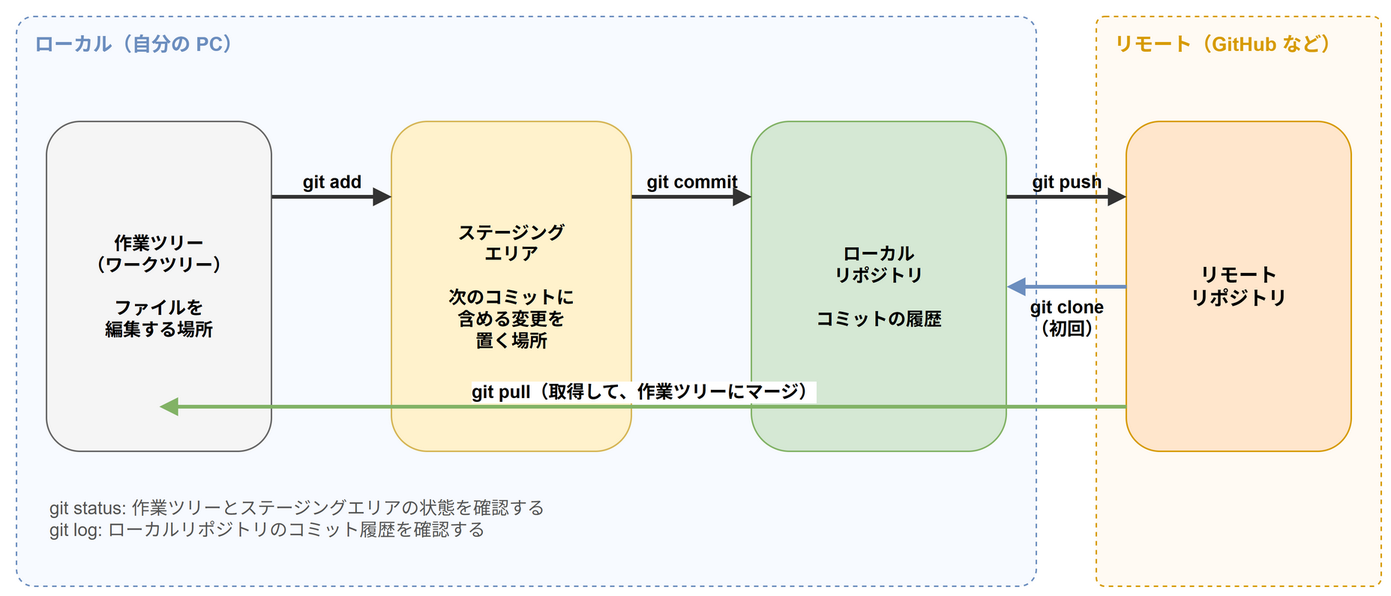
aew2sbee/zenn keeps this draw.io diagram as images/articles/git-basiccommand/git-areas-commands.drawio.png. Above is the earlier version. Source tidied: cells renumbered, new cells last; positions are measured from the earlier drawing's top-left corner, leaving out a move shared by most shapes.
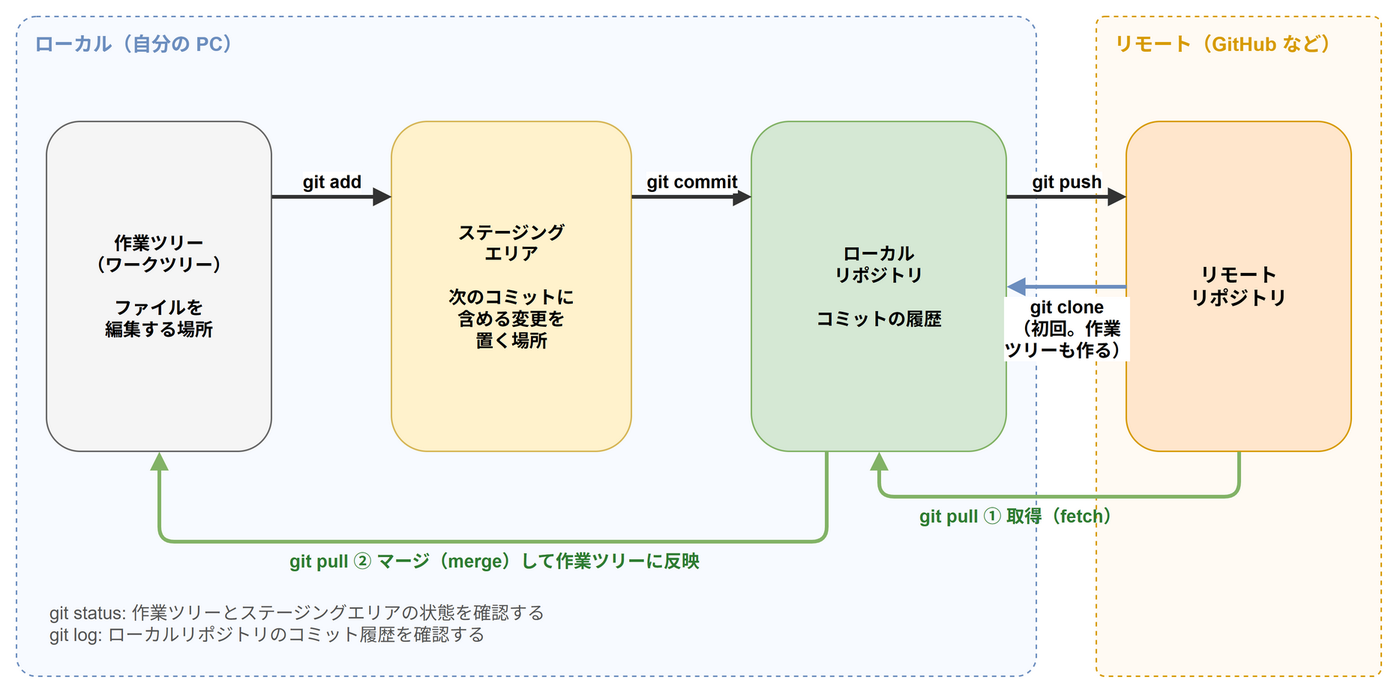
After the change.

Commit message:
docs: Gitの基本コマンドの図をレビュー指摘に合わせて修正

What changed in the source:
```diff
@@ -3,10 +3,10 @@
     <mxCell id="0" />
     <mxCell id="1" parent="0" />
     <mxCell id="2" value="ローカル（自分の PC）" style="rounded=1;whiteSpace=wrap;html=1;dashed=1;fillColor=#f7faff;strokeColor=#6c8ebf;verticalAlign=top;align=left;spacingLeft=10;spacingTop=4;spacingBottom=4;fontStyle=1;fontSize=13;fontColor=#6c8ebf;arcSize=3;" parent="1" vertex="1">
-      <mxGeometry width="680" height="380" as="geometry" />
+      <mxGeometry width="680" height="440" as="geometry" />
     </mxCell>
     <mxCell id="3" value="リモート（GitHub など）" style="rounded=1;whiteSpace=wrap;html=1;dashed=1;fillColor=#fffaf3;strokeColor=#d79b00;verticalAlign=top;align=left;spacingLeft=10;spacingTop=4;spacingBottom=4;fontStyle=1;fontSize=13;fontColor=#d79b00;arcSize=3;" parent="1" vertex="1">
-      <mxGeometry x="720" width="190" height="380" as="geometry" />
+      <mxGeometry x="720" width="190" height="440" as="geometry" />
     </mxCell>
     <mxCell id="4" value="作業ツリー&lt;br&gt;（ワークツリー）&lt;br&gt;&lt;br&gt;ファイルを&lt;br&gt;編集する場所" style="rounded=1;whiteSpace=wrap;html=1;fontSize=12;fillColor=#f5f5f5;strokeColor=#666666;fontStyle=1;" parent="1" vertex="1">
       <mxGeometry x="20" y="70" width="150" height="220" as="geometry" />
@@ -20,38 +20,58 @@
     <mxCell id="7" value="リモート&lt;br&gt;リポジトリ" style="rounded=1;whiteSpace=wrap;html=1;fontSize=13;fillColor=#ffe6cc;strokeColor=#d79b00;fontStyle=1;" parent="1" vertex="1">
       <mxGeometry x="740" y="70" width="150" height="220" as="geometry" />
     </mxCell>
-    <mxCell id="8" value="git add" style="html=1;endArrow=block;endFill=1;strokeColor=#333333;strokeWidth=2.5;fontSize=12;labelBackgroundColor=none;verticalAlign=bottom;fontStyle=1;" parent="1" edge="1">
+    <mxCell id="8" value="git add" style="html=1;endArrow=block;endFill=1;strokeColor=#333333;strokeWidth=2.5;fontSize=12;labelBackgroundColor=none;verticalAlign=bottom;fontStyle=1;labelBackgroundColor=#ffffff;" parent="1" edge="1">
       <mxGeometry relative="1" as="geometry">
         <mxPoint x="170" y="120" as="sourcePoint" />
         <mxPoint x="250" y="120" as="targetPoint" />
       </mxGeometry>
     </mxCell>
-    <mxCell id="9" value="git commit" style="html=1;endArrow=block;endFill=1;strokeColor=#333333;strokeWidth=2.5;fontSize=12;labelBackgroundColor=none;verticalAlign=bottom;fontStyle=1;" parent="1" edge="1">
+    <mxCell id="9" value="git commit" style="html=1;endArrow=block;endFill=1;strokeColor=#333333;strokeWidth=2.5;fontSize=12;labelBackgroundColor=none;verticalAlign=bottom;fontStyle=1;labelBackgroundColor=#ffffff;" parent="1" edge="1">
       <mxGeometry relative="1" as="geometry">
         <mxPoint x="410" y="120" as="sourcePoint" />
         <mxPoint x="490" y="120" as="targetPoint" />
       </mxGeometry>
     </mxCell>
-    <mxCell id="10" value="git push" style="html=1;endArrow=block;endFill=1;strokeColor=#333333;strokeWidth=2.5;fontSize=12;labelBackgroundColor=none;verticalAlign=bottom;fontStyle=1;" parent="1" edge="1">
+    <mxCell id="10" value="git push" style="html=1;endArrow=block;endFill=1;strokeColor=#333333;strokeWidth=2.5;fontSize=12;labelBackgroundColor=none;verticalAlign=bottom;fontStyle=1;labelBackgroundColor=#ffffff;" parent="1" edge="1">
       <mxGeometry relative="1" as="geometry">
         <mxPoint x="660" y="120" as="sourcePoint" />
         <mxPoint x="740" y="120" as="targetPoint" />
       </mxGeometry>
     </mxCell>
-    <mxCell id="11" value="git clone&lt;br&gt;（初回）" style="html=1;endArrow=block;endFill=1;strokeColor=#6c8ebf;strokeWidth=2.5;fontSize=12;labelBackgroundColor=none;verticalAlign=top;fontStyle=1;" parent="1" edge="1">
+    <mxCell id="11" value="git clone&lt;br&gt;（初回。作業&lt;br&gt;ツリーも作る）" style="html=1;endArrow=block;endFill=1;strokeColor=#6c8ebf;strokeWidth=2.5;fontSize=12;labelBackgroundColor=none;verticalAlign=top;fontStyle=1;labelBackgroundColor=#ffffff;" parent="1" edge="1">
       <mxGeometry relative="1" as="geometry">
         <mxPoint x="740" y="180" as="sourcePoint" />
         <mxPoint x="660" y="180" as="targetPoint" />
       </mxGeometry>
     </mxCell>
-    <mxCell id="12" value="git pull（取得して、作業ツリーにマージ）" style="html=1;endArrow=block;endFill=1;strokeColor=#82b366;strokeWidth=2.5;fontSize=12;labelBackgroundColor=none;verticalAlign=bottom;fontStyle=1;labelBackgroundColor=#ffffff;" parent="1" edge="1">
+    <mxCell id="12" style="html=1;endArrow=block;endFill=1;strokeColor=#82b366;strokeWidth=2.5;fontSize=12;labelBackgroundColor=none;verticalAlign=bottom;" parent="1" edge="1">
       <mxGeometry relative="1" as="geometry">
-        <mxPoint x="740" y="260" as="sourcePoint" />
-        <mxPoint x="95" y="260" as="targetPoint" />
+        <mxPoint x="815" y="290" as="sourcePoint" />
+        <mxPoint x="575" y="290" as="targetPoint" />
+        <Array as="points">
+          <mxPoint x="815" y="320" />
+          <mxPoint x="575" y="320" />
+        </Array>
       </mxGeometry>
     </mxCell>
-    <mxCell id="13" value="git status: 作業ツリーとステージングエリアの状態を確認する&lt;br&gt;git log: ローカルリポジトリのコミット履歴を確認する" style="text;html=1;whiteSpace=wrap;align=left;verticalAlign=middle;fontSize=12;fontColor=#555555;" parent="1" vertex="1">
-      <mxGeometry x="20" y="310" width="640" height="50" as="geometry" />
+    <mxCell id="13" value="git pull ① 取得（fetch）" style="text;html=1;whiteSpace=wrap;align=left;verticalAlign=middle;fontSize=12;fontColor=#2e7d32;fontStyle=1;" parent="1" vertex="1">
+      <mxGeometry x="600" y="322" width="200" height="22" as="geometry" />
     </mxCell>
+    <mxCell id="14" style="html=1;endArrow=block;endFill=1;strokeColor=#82b366;strokeWidth=2.5;fontSize=12;labelBackgroundColor=none;verticalAlign=bottom;" parent="1" edge="1">
+      <mxGeometry relative="1" as="geometry">
+        <mxPoint x="540" y="290" as="sourcePoint" />
+        <mxPoint x="95" y="290" as="targetPoint" />
+        <Array as="points">
+          <mxPoint x="540" y="350" />
+          <mxPoint x="95" y="350" />
+        </Array>
+      </mxGeometry>
+    </mxCell>
+    <mxCell id="15" value="git pull ② マージ（merge）して作業ツリーに反映" style="text;html=1;whiteSpace=wrap;align=left;verticalAlign=middle;fontSize=12;fontColor=#2e7d32;fontStyle=1;" parent="1" vertex="1">
+      <mxGeometry x="180" y="352" width="330" height="22" as="geometry" />
+    </mxCell>
+    <mxCell id="16" value="git status: 作業ツリーとステージングエリアの状態を確認する&lt;br&gt;git log: ローカルリポジトリのコミット履歴を確認する" style="text;html=1;whiteSpace=wrap;align=left;verticalAlign=middle;fontSize=12;fontColor=#555555;" parent="1" vertex="1">
+      <mxGeometry x="20" y="380" width="640" height="50" as="geometry" />
+    </mxCell>
   </root>
 </mxGraphModel>
```
